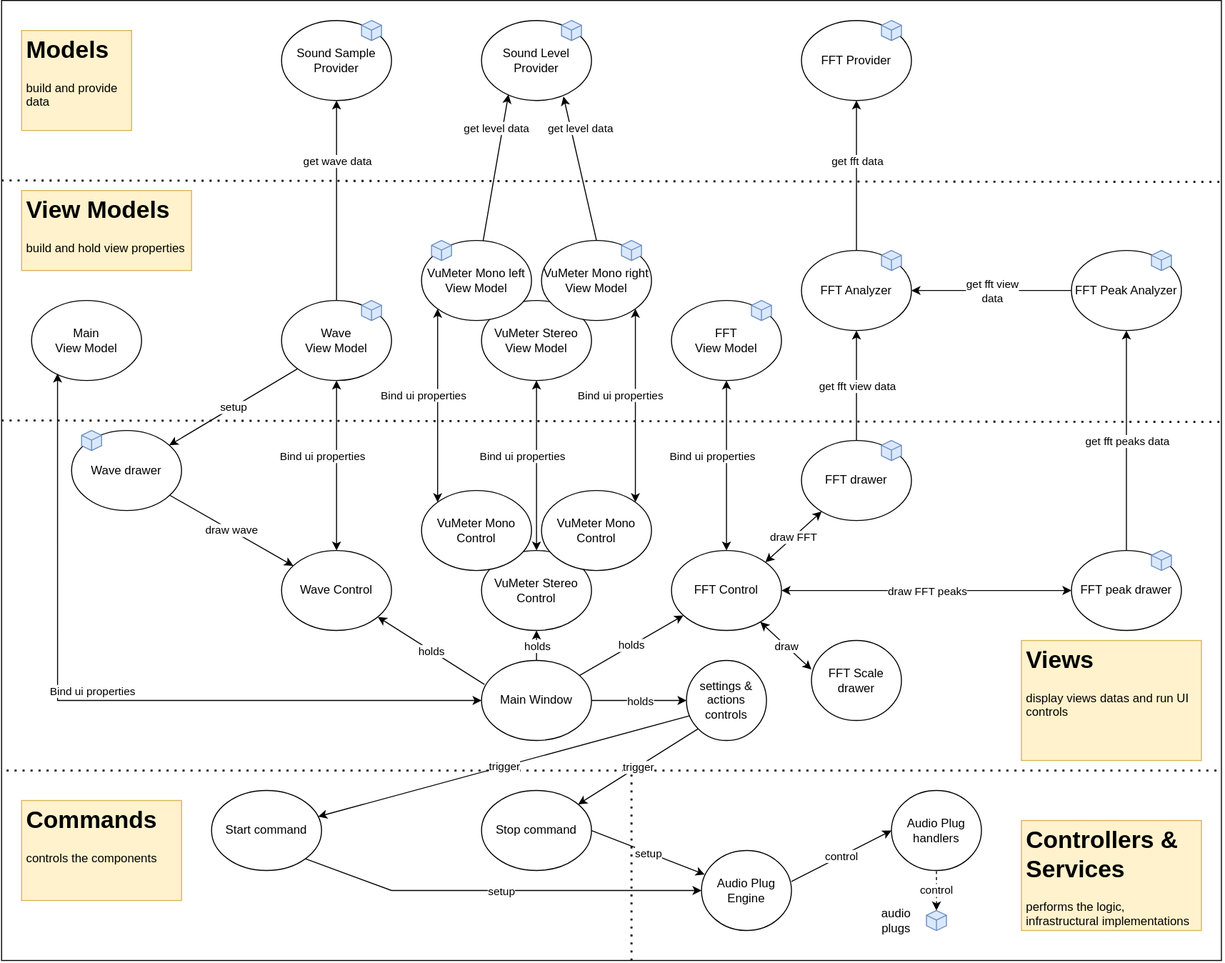
Above: Doc/components1.drawio.svg in franck-gaspoz/WindowsAudioSessionSample (draw.io), before the change. Source tidied: cells renumbered, new cells last; positions are measured from the earlier drawing's top-left corner, leaving out a move shared by most shapes.
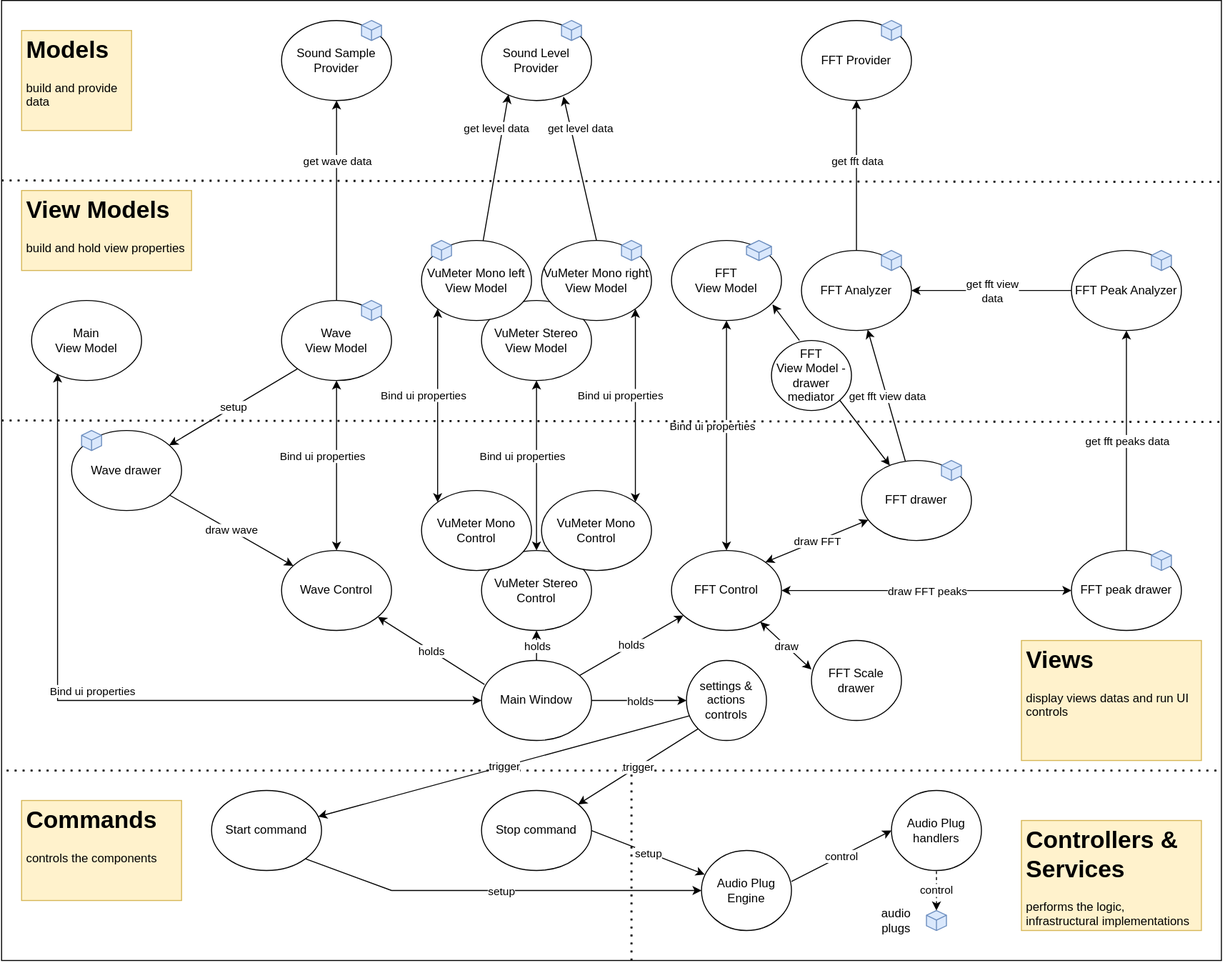
The same diagram one commit later.

The edit, as a diff of the source:
```diff
@@ -9,10 +9,10 @@
       <mxGeometry x="800" y="20" width="110" height="80" as="geometry" />
     </mxCell>
     <mxCell id="4" value="FFT drawer" style="ellipse;whiteSpace=wrap;html=1;" parent="1" vertex="1">
-      <mxGeometry x="800" y="440" width="110" height="80" as="geometry" />
+      <mxGeometry x="860" y="460" width="110" height="80" as="geometry" />
     </mxCell>
     <mxCell id="5" value="FFT&lt;br&gt;View Model" style="ellipse;whiteSpace=wrap;html=1;" parent="1" vertex="1">
-      <mxGeometry x="670" y="300" width="110" height="80" as="geometry" />
+      <mxGeometry x="670" y="240" width="110" height="80" as="geometry" />
     </mxCell>
     <mxCell id="6" style="endArrow=classic;html=1;rounded=0;" parent="1" edge="1" source="4" target="13">
       <mxGeometry relative="1" as="geometry" />
@@ -337,7 +337,7 @@
       <mxGeometry x="865" y="900" width="60" height="40" as="geometry" />
     </mxCell>
     <mxCell id="101" style="whiteSpace=wrap;html=1;shape=mxgraph.basic.isocube;isoAngle=15;fillColor=#dae8fc;strokeColor=#6c8ebf;" parent="1" vertex="1">
-      <mxGeometry x="880" y="440" width="20" height="20" as="geometry" />
+      <mxGeometry x="940" y="460" width="20" height="20" as="geometry" />
     </mxCell>
     <mxCell id="102" style="endArrow=classic;html=1;rounded=0;startArrow=classic;startFill=1;exitX=0;exitY=0.363;exitDx=0;exitDy=0;exitPerimeter=0;" parent="1" edge="1" source="57" target="8">
       <mxGeometry relative="1" as="geometry" />
@@ -354,7 +354,16 @@
       </mxGeometry>
     </mxCell>
     <mxCell id="106" style="whiteSpace=wrap;html=1;shape=mxgraph.basic.isocube;isoAngle=15;fillColor=#dae8fc;strokeColor=#6c8ebf;" parent="1" vertex="1">
-      <mxGeometry x="750" y="300" width="20" height="20" as="geometry" />
+      <mxGeometry x="745" y="240" width="25" height="20" as="geometry" />
     </mxCell>
+    <mxCell id="107" value="FFT&lt;br&gt;View Model - drawer mediator" style="ellipse;whiteSpace=wrap;html=1;" parent="1" vertex="1">
+      <mxGeometry x="770" y="340" width="80" height="70" as="geometry" />
+    </mxCell>
+    <mxCell id="108" style="endArrow=classic;html=1;rounded=0;exitX=0.35;exitY=0;exitDx=0;exitDy=0;exitPerimeter=0;entryX=0.918;entryY=0.8;entryDx=0;entryDy=0;entryPerimeter=0;" parent="1" edge="1" source="107" target="5">
+      <mxGeometry relative="1" as="geometry" />
+    </mxCell>
+    <mxCell id="109" style="endArrow=classic;html=1;rounded=0;exitX=1;exitY=1;exitDx=0;exitDy=0;" parent="1" edge="1" source="107" target="4">
+      <mxGeometry relative="1" as="geometry" />
+    </mxCell>
   </root>
 </mxGraphModel>
```
